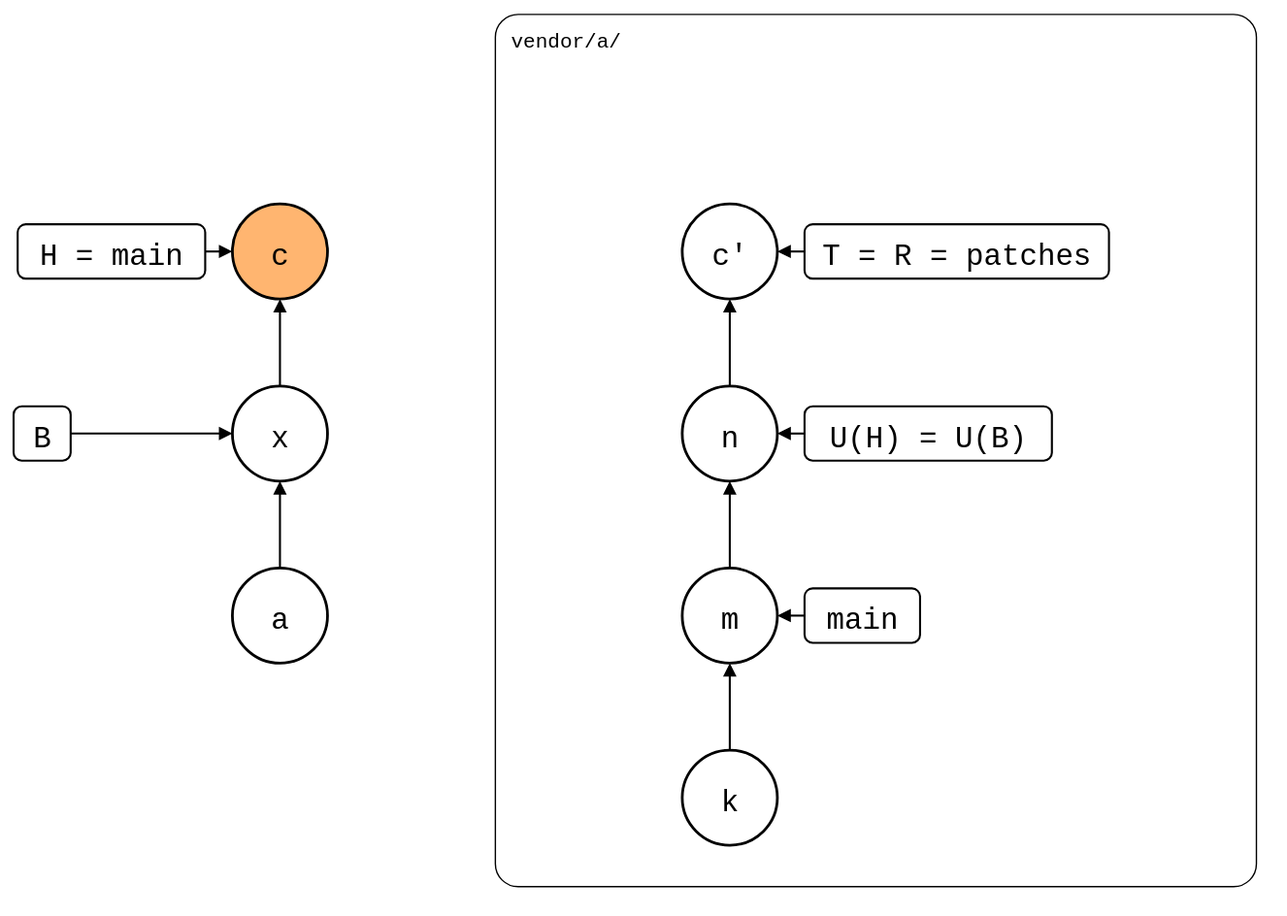
roschaefer/git-splice keeps this draw.io diagram as test/scenarios/06-rewritten-history/04-patch-branch-rebased/01-unpushed-local-commit/redone-on-top.drawio.svg. Above is the earlier version. Source tidied: cells renumbered, new cells last; positions are measured from the earlier drawing's top-left corner, leaving out a move shared by most shapes.
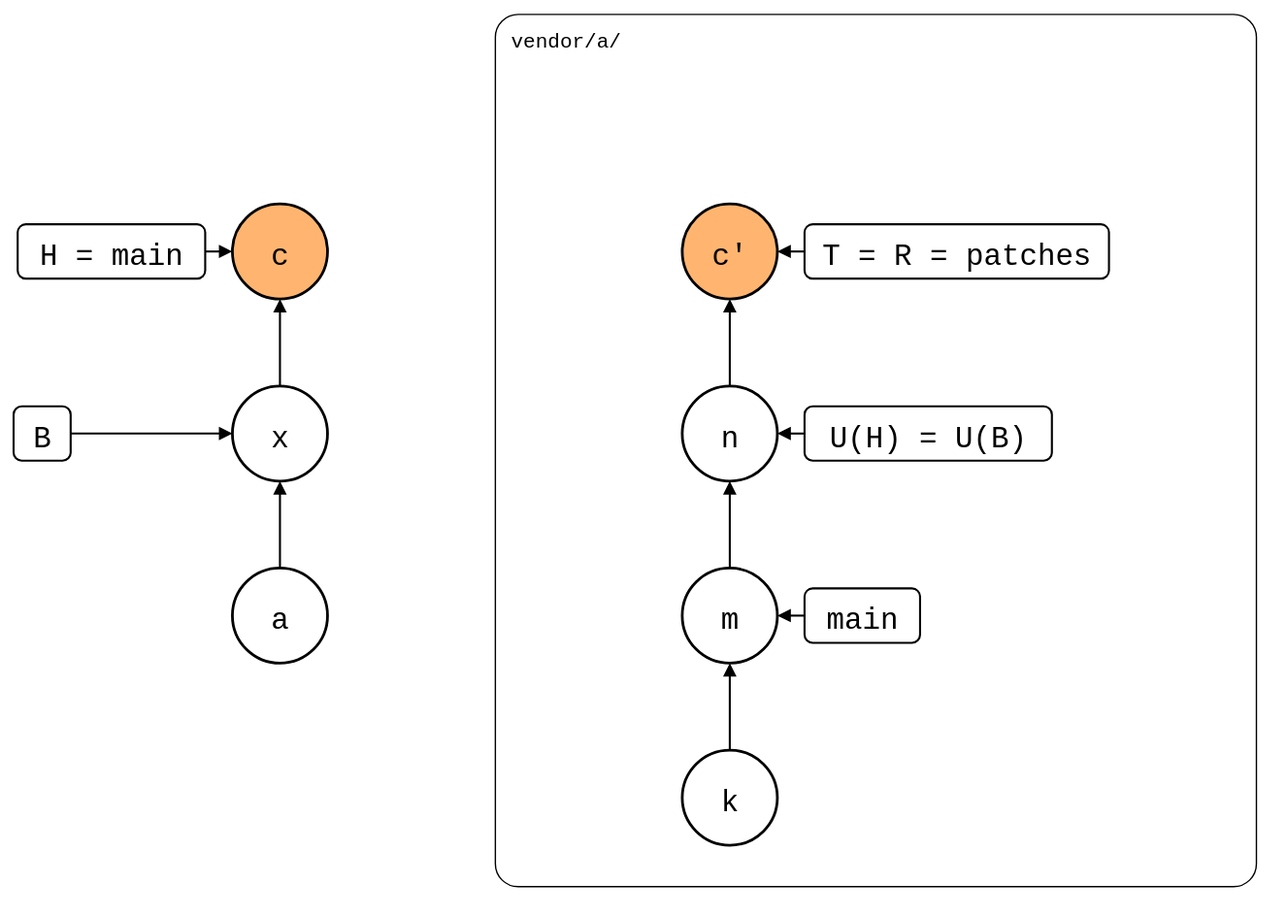
After the change.

What changed in the source:
```diff
@@ -14,7 +14,7 @@
     <mxCell id="5" value="a" style="ellipse;strokeWidth=2;fontSize=22;fontFamily=Roboto Mono,monospace;" parent="1" vertex="1">
       <mxGeometry x="161" y="408" width="70" height="70" as="geometry" />
     </mxCell>
-    <mxCell id="6" value="c'" style="ellipse;strokeWidth=2;fontSize=22;fontFamily=Roboto Mono,monospace;" parent="1" vertex="1">
+    <mxCell id="6" value="c'" style="ellipse;strokeWidth=2;fontSize=22;fontFamily=Roboto Mono,monospace;fillColor=#FFB570;" parent="1" vertex="1">
       <mxGeometry x="492" y="140" width="70" height="70" as="geometry" />
     </mxCell>
     <mxCell id="7" value="n" style="ellipse;strokeWidth=2;fontSize=22;fontFamily=Roboto Mono,monospace;" parent="1" vertex="1">
```
